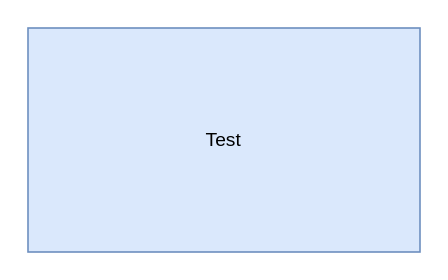
Earlier version of the draw.io diagram Draw/Untitled Diagram.drawio (rezanikfal/Tutorials). Source tidied: cells renumbered, new cells numbered last; positions are measured from the earlier drawing's top-left corner, leaving out a move shared by most shapes. Both pictures are drawn from the tidied source at 160%, with x=0, y=0 at pixel (27, 27).
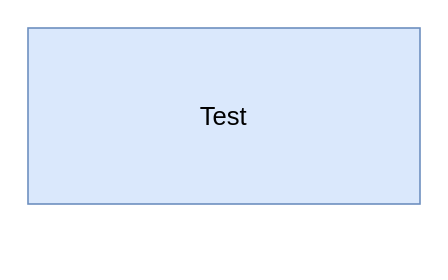
The same page after the edit.

What changed in the source:
```diff
@@
 <mxGraphModel>
   <root>
     <mxCell id="0" />
     <mxCell id="1" parent="0" />
-    <mxCell id="2" value="Test" style="rounded=0;whiteSpace=wrap;html=1;fillColor=#dae8fc;strokeColor=#6c8ebf;" parent="1" vertex="1">
-      <mxGeometry width="245" height="140" as="geometry" />
+    <mxCell id="2" value="Test" style="rounded=0;whiteSpace=wrap;html=1;fillColor=#dae8fc;strokeColor=#6c8ebf;fontSize=16;" parent="1" vertex="1">
+      <mxGeometry width="245" height="110" as="geometry" />
     </mxCell>
   </root>
 </mxGraphModel>
```
